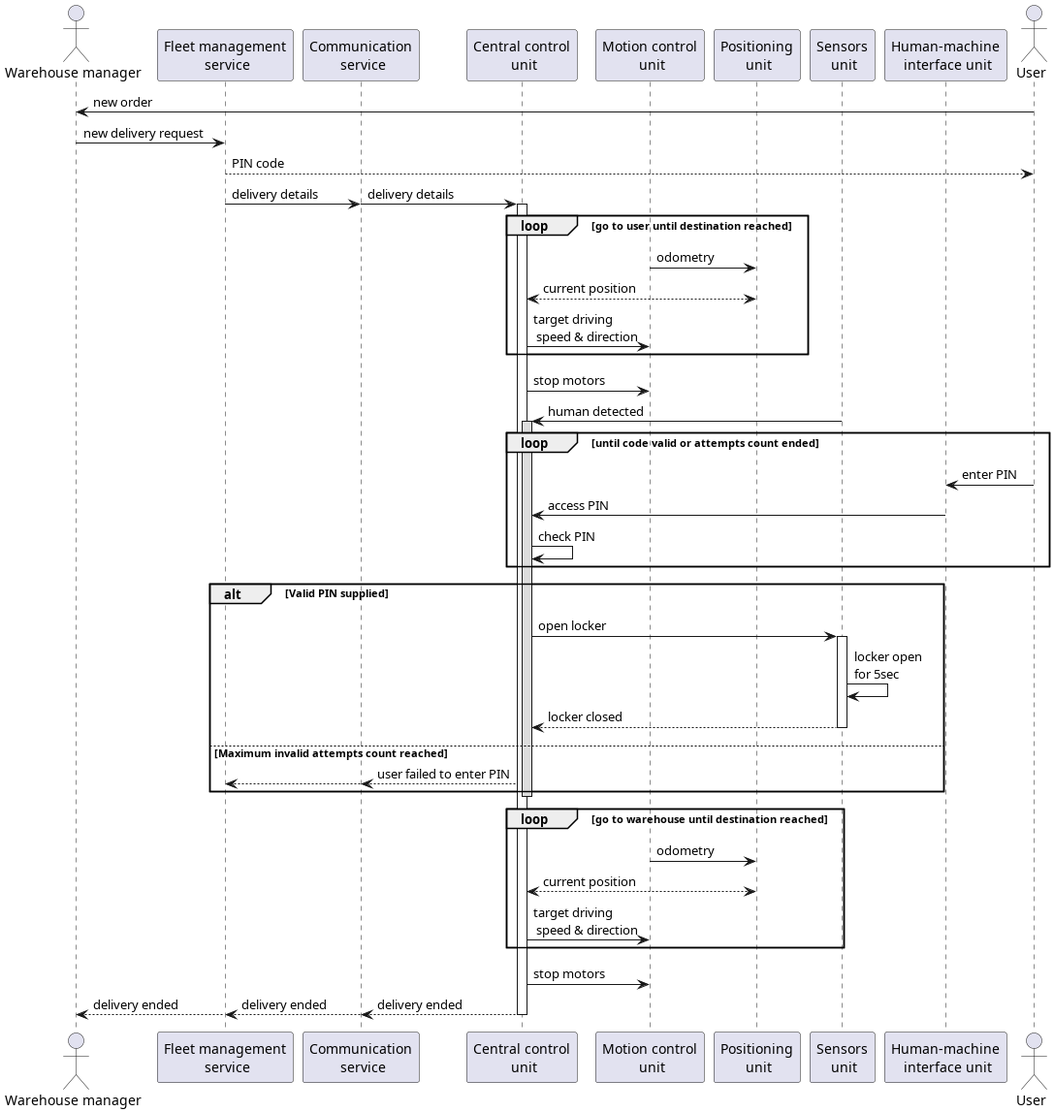
Before: docs/diagrams/res/sequence_base.png, a diagram exported from PlantUML (Losssaw3/cyberimmune-delivery-robot).
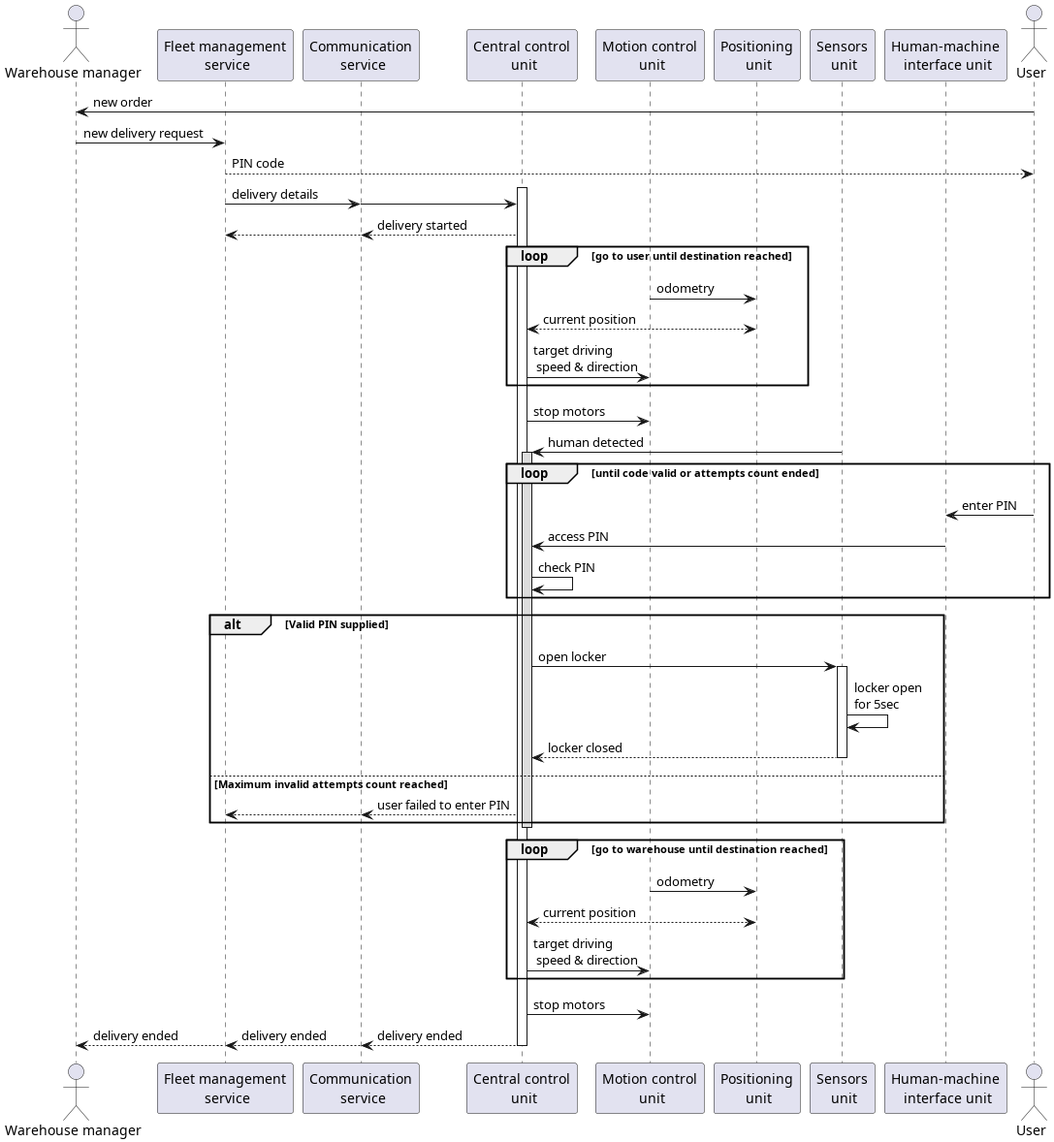
The same file after the commit.

Commit message:
Updated sequence diagram

What changed in the source:
```diff
@@ -12,12 +12,15 @@
 actor "User" as User
 
 User    -> WH:      new order
-WH     -> FMS:     new delivery request
+WH      -> FMS:     new delivery request
 FMS    --> User:    PIN code
 FMS     -> CS:      delivery details
-&CS     -> CCU:     delivery details
+&CS     -> CCU
 
 activate CCU
+
+CCU    --> CS:      delivery started
+&CS    --> FMS:
 
 loop go to user until destination reached
 
```
